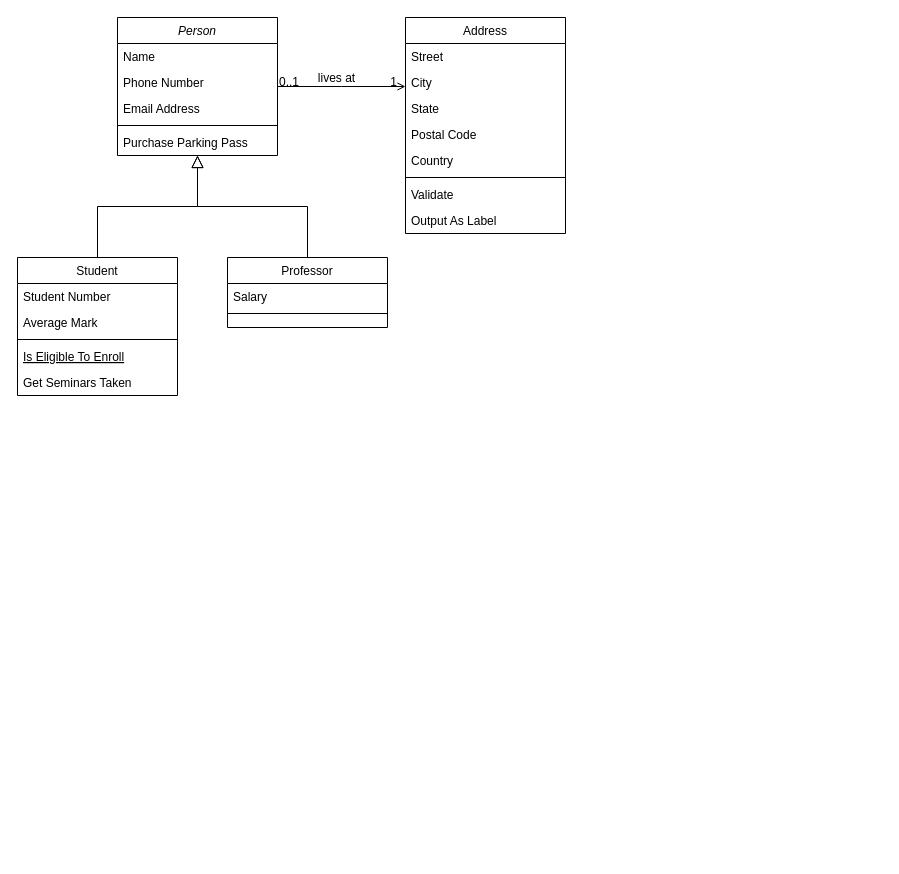
LuisLoyolaB/Programacion2 keeps this draw.io diagram as Diagrama sin título.drawio. Above is the earlier version. Source tidied: cells renumbered, new cells numbered last; positions are measured from the earlier drawing's top-left corner, leaving out a move shared by most shapes. Both pictures are drawn from the tidied source at 100%, with x=0, y=0 at pixel (17, 17).
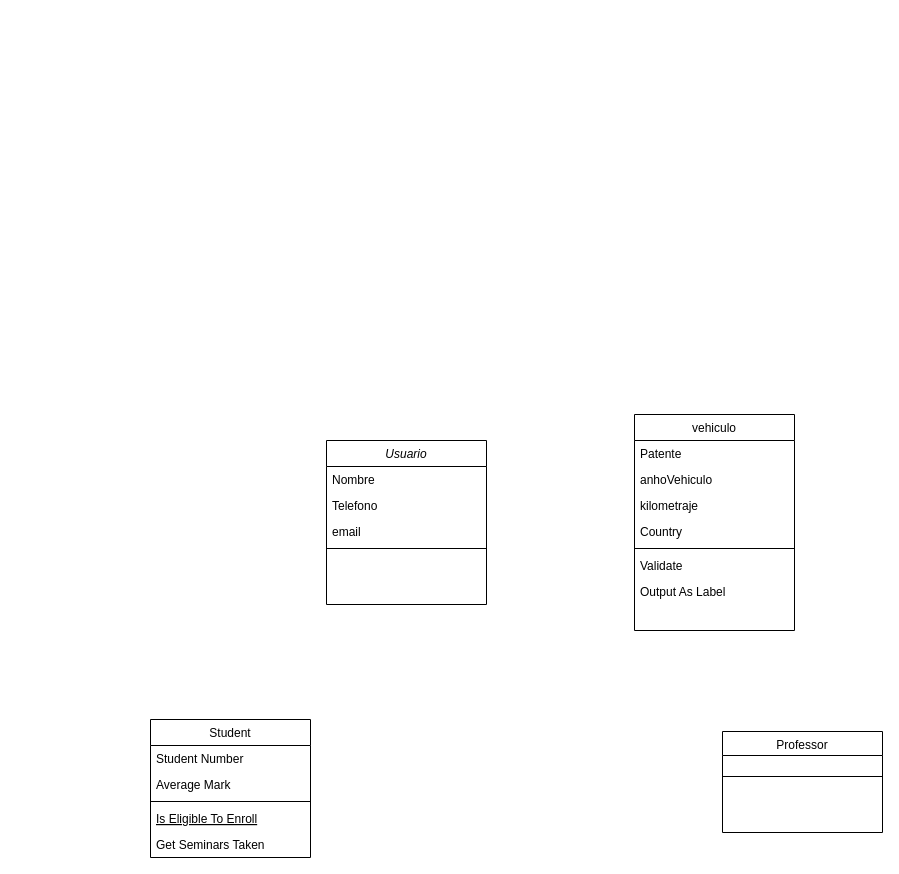
The same diagram, later.

Diff of the diagram source:
```diff
@@
-    <mxCell id="2" value="Person" style="swimlane;fontStyle=2;align=center;verticalAlign=top;horizontal=1;startSize=26;rounded=0;shadow=0;strokeWidth=1;" parent="1" vertex="1">
-      <mxGeometry x="100" width="160" height="138" as="geometry" />
+    <mxCell id="2" value="Usuario" style="swimlane;fontStyle=2;align=center;verticalAlign=top;horizontal=1;startSize=26;rounded=0;shadow=0;strokeWidth=1;" parent="1" vertex="1">
+      <mxGeometry x="309" y="423" width="160" height="164" as="geometry" />
     </mxCell>
-    <mxCell id="3" value="Name" style="text;align=left;verticalAlign=top;spacingLeft=4;spacingRight=4;overflow=hidden;" parent="2" vertex="1">
+    <mxCell id="3" value="Nombre" style="text;align=left;verticalAlign=top;spacingLeft=4;spacingRight=4;overflow=hidden;" parent="2" vertex="1">
       <mxGeometry y="26" width="160" height="26" as="geometry" />
     </mxCell>
-    <mxCell id="4" value="Phone Number" style="text;align=left;verticalAlign=top;spacingLeft=4;spacingRight=4;overflow=hidden;rounded=0;shadow=0;html=0;" parent="2" vertex="1">
+    <mxCell id="4" value="Telefono" style="text;align=left;verticalAlign=top;spacingLeft=4;spacingRight=4;overflow=hidden;rounded=0;shadow=0;html=0;" parent="2" vertex="1">
       <mxGeometry y="52" width="160" height="26" as="geometry" />
     </mxCell>
-    <mxCell id="5" value="Email Address" style="text;align=left;verticalAlign=top;spacingLeft=4;spacingRight=4;overflow=hidden;rounded=0;shadow=0;html=0;" parent="2" vertex="1">
+    <mxCell id="5" value="email" style="text;align=left;verticalAlign=top;spacingLeft=4;spacingRight=4;overflow=hidden;rounded=0;shadow=0;html=0;" parent="2" vertex="1">
       <mxGeometry y="78" width="160" height="26" as="geometry" />
     </mxCell>
@@
-    <mxCell id="7" value="Purchase Parking Pass" style="text;align=left;verticalAlign=top;spacingLeft=4;spacingRight=4;overflow=hidden;" parent="2" vertex="1">
-      <mxGeometry y="112" width="160" height="26" as="geometry" />
-    </mxCell>
     <mxCell id="8" value="Student" style="swimlane;fontStyle=0;align=center;verticalAlign=top;horizontal=1;startSize=26;rounded=0;shadow=0;strokeWidth=1;" parent="1" vertex="1">
-      <mxGeometry y="240" width="160" height="138" as="geometry" />
+      <mxGeometry x="133" y="702" width="160" height="138" as="geometry" />
     </mxCell>
@@
-    <mxCell id="14" style="endArrow=block;endSize=10;endFill=0;shadow=0;strokeWidth=1;rounded=0;edgeStyle=elbowEdgeStyle;elbow=vertical;" parent="1" edge="1" source="8" target="2">
-      <mxGeometry relative="1" as="geometry" />
-    </mxCell>
-    <mxCell id="15" value="Professor" style="swimlane;fontStyle=0;align=center;verticalAlign=top;horizontal=1;startSize=26;rounded=0;shadow=0;strokeWidth=1;" parent="1" vertex="1">
-      <mxGeometry x="210" y="240" width="160" height="70" as="geometry" />
+    <mxCell id="15" value="Professor" style="swimlane;fontStyle=0;align=center;verticalAlign=top;horizontal=1;startSize=24;rounded=0;shadow=0;strokeWidth=1;" parent="1" vertex="1">
+      <mxGeometry x="705" y="714" width="160" height="101" as="geometry" />
     </mxCell>
-    <mxCell id="16" value="Salary" style="text;align=left;verticalAlign=top;spacingLeft=4;spacingRight=4;overflow=hidden;" parent="15" vertex="1">
-      <mxGeometry y="26" width="160" height="26" as="geometry" />
-    </mxCell>
     <mxCell id="17" style="line;html=1;strokeWidth=1;align=left;verticalAlign=middle;spacingTop=-1;spacingLeft=3;spacingRight=3;labelPosition=right;" parent="15" vertex="1">
-      <mxGeometry y="52" width="160" height="8" as="geometry" />
+      <mxGeometry y="24" width="160" height="42" as="geometry" />
     </mxCell>
-    <mxCell id="18" style="endArrow=block;endSize=10;endFill=0;shadow=0;strokeWidth=1;rounded=0;edgeStyle=elbowEdgeStyle;elbow=vertical;" parent="1" edge="1" source="15" target="2">
-      <mxGeometry relative="1" as="geometry" />
-    </mxCell>
-    <mxCell id="19" value="Address" style="swimlane;fontStyle=0;align=center;verticalAlign=top;horizontal=1;startSize=26;rounded=0;shadow=0;strokeWidth=1;" parent="1" vertex="1">
-      <mxGeometry x="388" width="160" height="216" as="geometry" />
+    <mxCell id="19" value="vehiculo" style="swimlane;fontStyle=0;align=center;verticalAlign=top;horizontal=1;startSize=26;rounded=0;shadow=0;strokeWidth=1;" parent="1" vertex="1">
+      <mxGeometry x="617" y="397" width="160" height="216" as="geometry" />
     </mxCell>
-    <mxCell id="20" value="Street" style="text;align=left;verticalAlign=top;spacingLeft=4;spacingRight=4;overflow=hidden;" parent="19" vertex="1">
+    <mxCell id="20" value="Patente" style="text;align=left;verticalAlign=top;spacingLeft=4;spacingRight=4;overflow=hidden;" parent="19" vertex="1">
       <mxGeometry y="26" width="160" height="26" as="geometry" />
     </mxCell>
-    <mxCell id="21" value="City" style="text;align=left;verticalAlign=top;spacingLeft=4;spacingRight=4;overflow=hidden;rounded=0;shadow=0;html=0;" parent="19" vertex="1">
+    <mxCell id="21" value="anhoVehiculo" style="text;align=left;verticalAlign=top;spacingLeft=4;spacingRight=4;overflow=hidden;rounded=0;shadow=0;html=0;" parent="19" vertex="1">
       <mxGeometry y="52" width="160" height="26" as="geometry" />
     </mxCell>
-    <mxCell id="22" value="State" style="text;align=left;verticalAlign=top;spacingLeft=4;spacingRight=4;overflow=hidden;rounded=0;shadow=0;html=0;" parent="19" vertex="1">
+    <mxCell id="22" value="kilometraje" style="text;align=left;verticalAlign=top;spacingLeft=4;spacingRight=4;overflow=hidden;rounded=0;shadow=0;html=0;" parent="19" vertex="1">
       <mxGeometry y="78" width="160" height="26" as="geometry" />
     </mxCell>
-    <mxCell id="23" value="Postal Code" style="text;align=left;verticalAlign=top;spacingLeft=4;spacingRight=4;overflow=hidden;rounded=0;shadow=0;html=0;" parent="19" vertex="1">
-      <mxGeometry y="104" width="160" height="26" as="geometry" />
-    </mxCell>
     <mxCell id="24" value="Country" style="text;align=left;verticalAlign=top;spacingLeft=4;spacingRight=4;overflow=hidden;rounded=0;shadow=0;html=0;" parent="19" vertex="1">
-      <mxGeometry y="130" width="160" height="26" as="geometry" />
+      <mxGeometry y="104" width="160" height="26" as="geometry" />
     </mxCell>
     <mxCell id="25" style="line;html=1;strokeWidth=1;align=left;verticalAlign=middle;spacingTop=-1;spacingLeft=3;spacingRight=3;labelPosition=right;" parent="19" vertex="1">
-      <mxGeometry y="156" width="160" height="8" as="geometry" />
+      <mxGeometry y="130" width="160" height="8" as="geometry" />
     </mxCell>
     <mxCell id="26" value="Validate" style="text;align=left;verticalAlign=top;spacingLeft=4;spacingRight=4;overflow=hidden;" parent="19" vertex="1">
-      <mxGeometry y="164" width="160" height="26" as="geometry" />
+      <mxGeometry y="138" width="160" height="26" as="geometry" />
     </mxCell>
     <mxCell id="27" value="Output As Label" style="text;align=left;verticalAlign=top;spacingLeft=4;spacingRight=4;overflow=hidden;" parent="19" vertex="1">
-      <mxGeometry y="190" width="160" height="26" as="geometry" />
+      <mxGeometry y="164" width="160" height="26" as="geometry" />
     </mxCell>
-    <mxCell id="28" style="endArrow=open;shadow=0;strokeWidth=1;rounded=0;endFill=1;edgeStyle=elbowEdgeStyle;elbow=vertical;" parent="1" edge="1" source="2" target="19">
-      <mxGeometry x="0.5" y="41" relative="1" as="geometry">
-        <mxPoint x="-40" y="32" as="offset" />
-      </mxGeometry>
-    </mxCell>
-    <mxCell id="29" value="0..1" style="align=left;verticalAlign=bottom;labelBackgroundColor=none;fontSize=12;" parent="28" vertex="1">
-      <mxGeometry x="-1" relative="1" as="geometry">
-        <mxPoint y="4" as="offset" />
-      </mxGeometry>
-    </mxCell>
-    <mxCell id="30" value="1" style="align=right;verticalAlign=bottom;labelBackgroundColor=none;fontSize=12;" parent="28" vertex="1">
-      <mxGeometry x="1" relative="1" as="geometry">
-        <mxPoint x="-7" y="4" as="offset" />
-      </mxGeometry>
-    </mxCell>
-    <mxCell id="31" value="lives at" style="text;html=1;align=center;verticalAlign=middle;labelBackgroundColor=none;rounded=0;shadow=0;strokeWidth=1;fontSize=12;" parent="28" vertex="1">
-      <mxGeometry x="0.5" y="49" relative="1" as="geometry">
-        <mxPoint x="-38" y="40" as="offset" />
-      </mxGeometry>
-    </mxCell>
```
